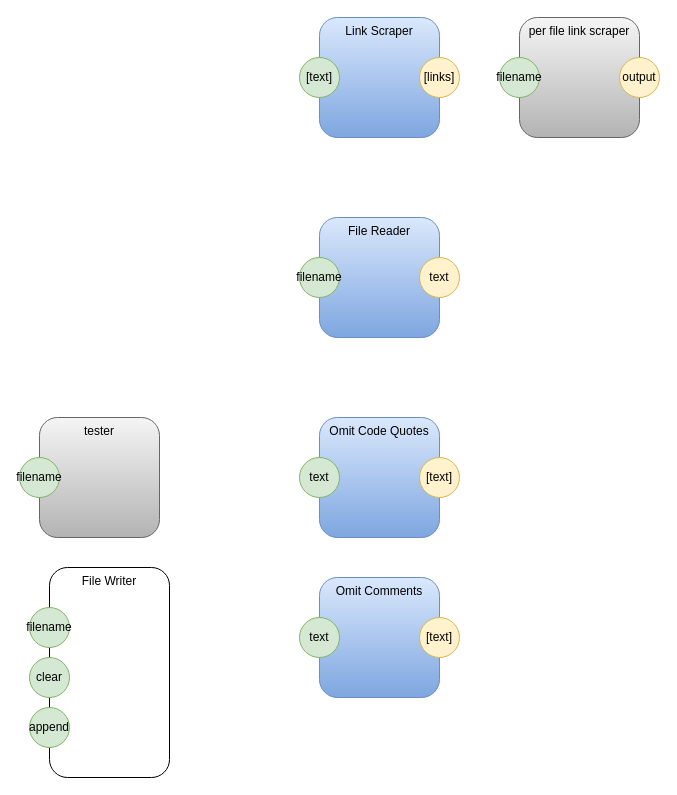
The draw.io diagram page "Page-1" (1 of 3) of pm-copy.drawio in guitarvydas/pypm, before the edit. Source tidied: cells renumbered, new cells numbered last; positions are measured from the earlier drawing's top-left corner, leaving out a move shared by most shapes. Both pictures are drawn from the tidied source at 100%, with x=0, y=0 at pixel (19, 17).
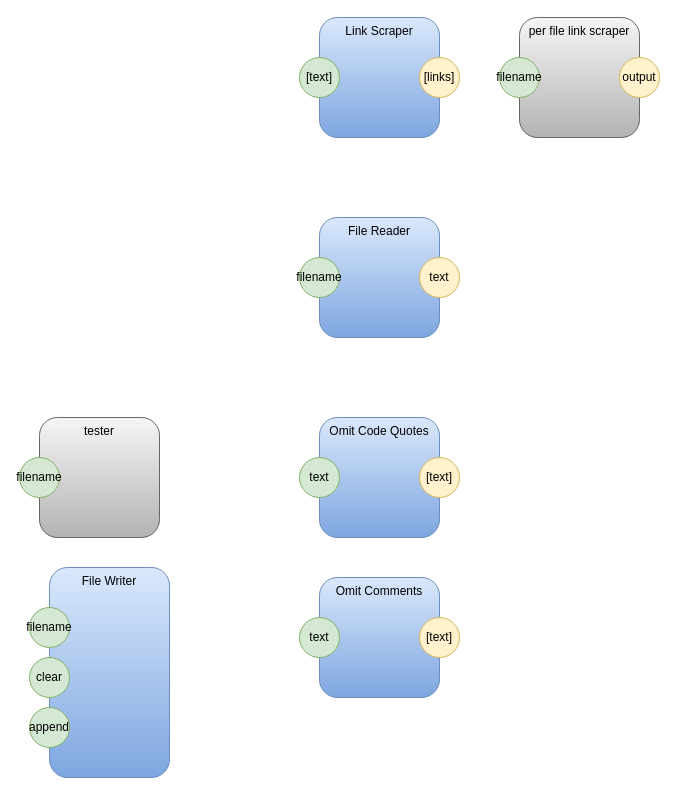
After the change.

Change to the diagram source:
```diff
@@
-    <mxCell id="19" value="File Writer" style="rounded=1;whiteSpace=wrap;html=1;horizontal=1;verticalAlign=top;" parent="1" vertex="1">
+    <mxCell id="19" value="File Writer" style="rounded=1;whiteSpace=wrap;html=1;horizontal=1;verticalAlign=top;gradientColor=#7ea6e0;fillColor=#dae8fc;strokeColor=#6c8ebf;" parent="1" vertex="1">
       <mxGeometry x="30" y="550" width="120" height="210" as="geometry" />
     </mxCell>
```
